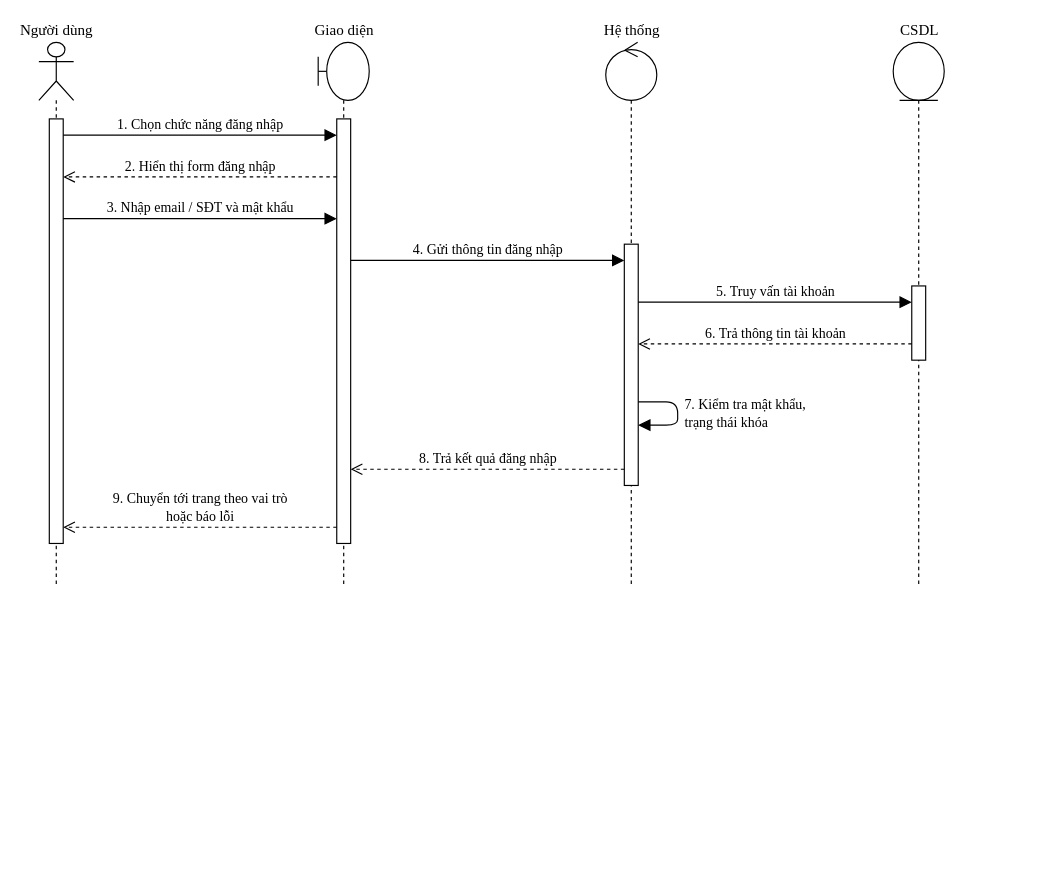
Above: docs/drawio/tuan-tu-don-gian/sd01-dang-nhap.drawio in ngocanh82205/Hieuthuoc (draw.io), before the change. Source tidied: cells renumbered, new cells numbered last; positions are measured from the earlier drawing's top-left corner, leaving out a move shared by most shapes. Both pictures are drawn from the tidied source at 116%, with x=0, y=0 at pixel (38, 42).
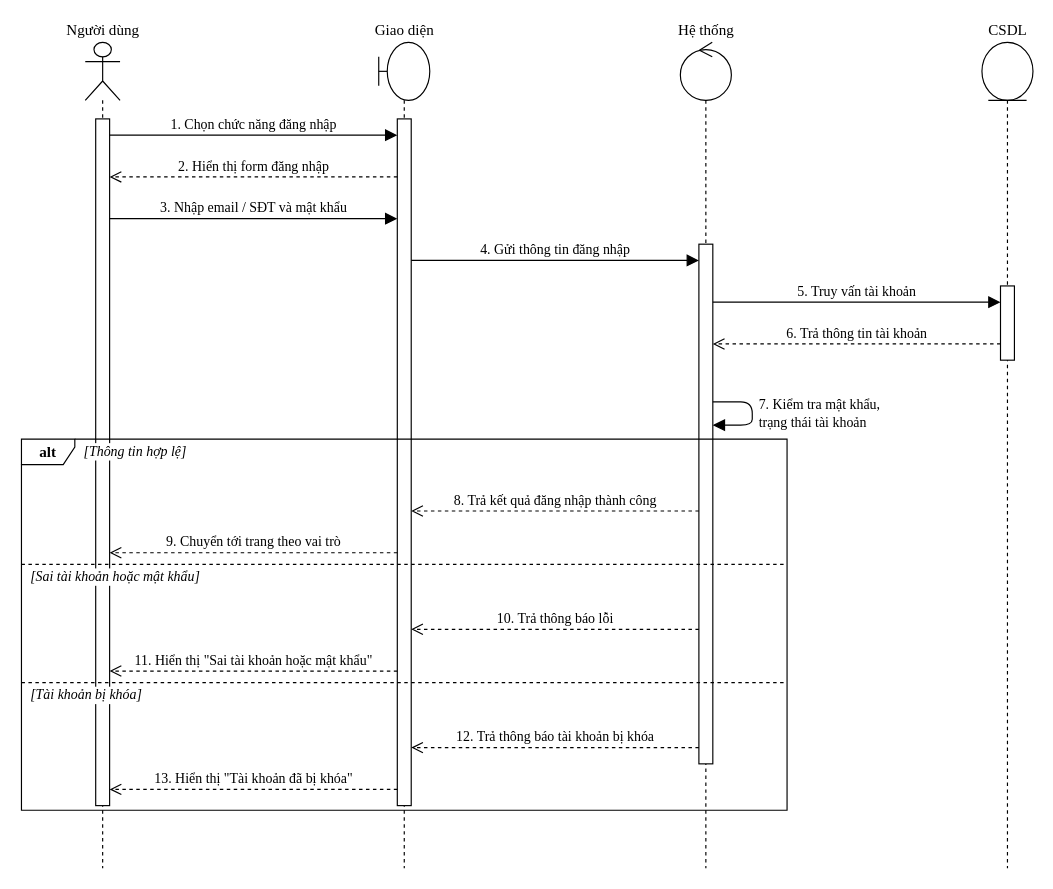
Above is the later version.

The edit, as a diff of the source:
```diff
@@
     <mxCell id="2" value="Người dùng" style="shape=umlLifeline;perimeter=lifelinePerimeter;participant=umlActor;whiteSpace=nowrap;html=1;verticalAlign=bottom;labelPosition=center;verticalLabelPosition=top;align=center;size=50;fontFamily=Times New Roman;fontSize=13;fillColor=#ffffff;strokeColor=#000000;" parent="1" vertex="1">
-      <mxGeometry width="30" height="468" as="geometry" />
+      <mxGeometry x="40" width="30" height="712" as="geometry" />
     </mxCell>
     <mxCell id="3" value="Giao diện" style="shape=umlLifeline;perimeter=lifelinePerimeter;participant=umlBoundary;whiteSpace=nowrap;html=1;verticalAlign=bottom;labelPosition=center;verticalLabelPosition=top;align=center;size=50;fontFamily=Times New Roman;fontSize=13;fillColor=#ffffff;strokeColor=#000000;" parent="1" vertex="1">
-      <mxGeometry x="240.8" width="44" height="468" as="geometry" />
+      <mxGeometry x="293" width="44" height="712" as="geometry" />
     </mxCell>
     <mxCell id="4" value="Hệ thống" style="shape=umlLifeline;perimeter=lifelinePerimeter;participant=umlControl;whiteSpace=nowrap;html=1;verticalAlign=bottom;labelPosition=center;verticalLabelPosition=top;align=center;size=50;fontFamily=Times New Roman;fontSize=13;fillColor=#ffffff;strokeColor=#000000;" parent="1" vertex="1">
-      <mxGeometry x="488.7" width="44" height="468" as="geometry" />
+      <mxGeometry x="553" width="44" height="712" as="geometry" />
     </mxCell>
     <mxCell id="5" value="CSDL" style="shape=umlLifeline;perimeter=lifelinePerimeter;participant=umlEntity;whiteSpace=nowrap;html=1;verticalAlign=bottom;labelPosition=center;verticalLabelPosition=top;align=center;size=50;fontFamily=Times New Roman;fontSize=13;fillColor=#ffffff;strokeColor=#000000;" parent="1" vertex="1">
-      <mxGeometry x="736.5" width="44" height="468" as="geometry" />
+      <mxGeometry x="813" width="44" height="712" as="geometry" />
     </mxCell>
     <mxCell id="6" style="html=1;perimeter=orthogonalPerimeter;fillColor=#ffffff;strokeColor=#000000;" parent="1" vertex="1">
-      <mxGeometry x="9" y="66" width="12" height="366" as="geometry" />
+      <mxGeometry x="49" y="66" width="12" height="592" as="geometry" />
     </mxCell>
     <mxCell id="7" style="html=1;perimeter=orthogonalPerimeter;fillColor=#ffffff;strokeColor=#000000;" parent="1" vertex="1">
-      <mxGeometry x="256.8" y="66" width="12" height="366" as="geometry" />
+      <mxGeometry x="309" y="66" width="12" height="592" as="geometry" />
     </mxCell>
     <mxCell id="8" style="html=1;perimeter=orthogonalPerimeter;fillColor=#ffffff;strokeColor=#000000;" parent="1" vertex="1">
-      <mxGeometry x="504.7" y="174" width="12" height="208" as="geometry" />
+      <mxGeometry x="569" y="174" width="12" height="448" as="geometry" />
     </mxCell>
     <mxCell id="9" style="html=1;perimeter=orthogonalPerimeter;fillColor=#ffffff;strokeColor=#000000;" parent="1" vertex="1">
-      <mxGeometry x="752.5" y="210" width="12" height="64" as="geometry" />
+      <mxGeometry x="829" y="210" width="12" height="64" as="geometry" />
     </mxCell>
-    <mxCell id="10" value="1. Chọn chức năng đăng nhập" style="html=1;verticalAlign=bottom;fontFamily=Times New Roman;fontSize=13;fontSize=12;strokeColor=#000000;labelBackgroundColor=#ffffff;endArrow=block;endFill=1;endSize=8;" parent="1" edge="1">
-      <mxGeometry relative="1" as="geometry">
-        <mxPoint x="21" y="80" as="sourcePoint" />
-        <mxPoint x="256.8" y="80" as="targetPoint" />
-      </mxGeometry>
-    </mxCell>
-    <mxCell id="11" value="2. Hiển thị form đăng nhập" style="html=1;verticalAlign=bottom;fontFamily=Times New Roman;fontSize=13;fontSize=12;strokeColor=#000000;labelBackgroundColor=#ffffff;dashed=1;endArrow=open;endSize=8;" parent="1" edge="1">
-      <mxGeometry relative="1" as="geometry">
-        <mxPoint x="256.8" y="116" as="sourcePoint" />
-        <mxPoint x="21" y="116" as="targetPoint" />
-      </mxGeometry>
-    </mxCell>
+    <mxCell id="19" value="alt" style="shape=umlFrame;whiteSpace=wrap;html=1;width=46;height=22;fontStyle=1;fontFamily=Times New Roman;fontSize=13;strokeColor=#000000;fillColor=none;" parent="1" vertex="1">
+      <mxGeometry x="-15" y="342" width="660" height="320" as="geometry" />
+    </mxCell>
+    <mxCell id="20" value="[Thông tin hợp lệ]" style="text;html=1;align=left;verticalAlign=middle;fontFamily=Times New Roman;fontSize=13;fontSize=12;fontStyle=2;labelBackgroundColor=#ffffff;" parent="1" vertex="1">
+      <mxGeometry x="37" y="343" width="147.4" height="20" as="geometry" />
+    </mxCell>
-    <mxCell id="12" value="3. Nhập email / SĐT và mật khẩu" style="html=1;verticalAlign=bottom;fontFamily=Times New Roman;fontSize=13;fontSize=12;strokeColor=#000000;labelBackgroundColor=#ffffff;endArrow=block;endFill=1;endSize=8;" parent="1" edge="1">
+    <mxCell id="12" style="html=1;endArrow=none;dashed=1;strokeColor=#000000;" parent="1" edge="1">
       <mxGeometry relative="1" as="geometry">
-        <mxPoint x="21" y="152" as="sourcePoint" />
-        <mxPoint x="256.8" y="152" as="targetPoint" />
+        <mxPoint x="-15" y="450" as="sourcePoint" />
+        <mxPoint x="645" y="450" as="targetPoint" />
       </mxGeometry>
     </mxCell>
-    <mxCell id="13" value="4. Gửi thông tin đăng nhập" style="html=1;verticalAlign=bottom;fontFamily=Times New Roman;fontSize=13;fontSize=12;strokeColor=#000000;labelBackgroundColor=#ffffff;endArrow=block;endFill=1;endSize=8;" parent="1" edge="1">
-      <mxGeometry relative="1" as="geometry">
-        <mxPoint x="268.8" y="188" as="sourcePoint" />
-        <mxPoint x="504.7" y="188" as="targetPoint" />
-      </mxGeometry>
-    </mxCell>
+    <mxCell id="21" value="[Sai tài khoản hoặc mật khẩu]" style="text;html=1;align=left;verticalAlign=middle;fontFamily=Times New Roman;fontSize=13;fontSize=12;fontStyle=2;labelBackgroundColor=#ffffff;" parent="1" vertex="1">
+      <mxGeometry x="-9" y="451" width="223.9" height="20" as="geometry" />
+    </mxCell>
-    <mxCell id="14" value="5. Truy vấn tài khoản" style="html=1;verticalAlign=bottom;fontFamily=Times New Roman;fontSize=13;fontSize=12;strokeColor=#000000;labelBackgroundColor=#ffffff;endArrow=block;endFill=1;endSize=8;" parent="1" edge="1">
+    <mxCell id="14" style="html=1;endArrow=none;dashed=1;strokeColor=#000000;" parent="1" edge="1">
       <mxGeometry relative="1" as="geometry">
-        <mxPoint x="516.7" y="224" as="sourcePoint" />
-        <mxPoint x="752.5" y="224" as="targetPoint" />
+        <mxPoint x="-15" y="552" as="sourcePoint" />
+        <mxPoint x="645" y="552" as="targetPoint" />
       </mxGeometry>
     </mxCell>
-    <mxCell id="15" value="6. Trả thông tin tài khoản" style="html=1;verticalAlign=bottom;fontFamily=Times New Roman;fontSize=13;fontSize=12;strokeColor=#000000;labelBackgroundColor=#ffffff;dashed=1;endArrow=open;endSize=8;" parent="1" edge="1">
-      <mxGeometry relative="1" as="geometry">
-        <mxPoint x="752.5" y="260" as="sourcePoint" />
-        <mxPoint x="516.7" y="260" as="targetPoint" />
-      </mxGeometry>
-    </mxCell>
+    <mxCell id="22" value="[Tài khoản bị khóa]" style="text;html=1;align=left;verticalAlign=middle;fontFamily=Times New Roman;fontSize=13;fontSize=12;fontStyle=2;labelBackgroundColor=#ffffff;" parent="1" vertex="1">
+      <mxGeometry x="-9" y="553" width="154.3" height="20" as="geometry" />
+    </mxCell>
-    <mxCell id="16" value="7. Kiểm tra mật khẩu,&lt;br&gt;trạng thái khóa" style="html=1;verticalAlign=middle;fontFamily=Times New Roman;fontSize=13;fontSize=12;strokeColor=#000000;labelBackgroundColor=#ffffff;endArrow=block;endFill=1;endSize=8;align=left;spacingLeft=4;" parent="1" edge="1">
+    <mxCell id="16" value="1. Chọn chức năng đăng nhập" style="html=1;verticalAlign=bottom;fontFamily=Times New Roman;fontSize=13;fontSize=12;strokeColor=#000000;labelBackgroundColor=#ffffff;endArrow=block;endFill=1;endSize=8;" parent="1" edge="1">
       <mxGeometry relative="1" as="geometry">
-        <mxPoint x="516.7" y="310" as="sourcePoint" />
-        <mxPoint x="516.7" y="330" as="targetPoint" />
-        <Array as="points">
-          <mxPoint x="550.7" y="310" />
-          <mxPoint x="550.7" y="330" />
-        </Array>
+        <mxPoint x="61" y="80" as="sourcePoint" />
+        <mxPoint x="309" y="80" as="targetPoint" />
       </mxGeometry>
     </mxCell>
-    <mxCell id="17" value="8. Trả kết quả đăng nhập" style="html=1;verticalAlign=bottom;fontFamily=Times New Roman;fontSize=13;fontSize=12;strokeColor=#000000;labelBackgroundColor=#ffffff;dashed=1;endArrow=open;endSize=8;" parent="1" edge="1">
+    <mxCell id="17" value="2. Hiển thị form đăng nhập" style="html=1;verticalAlign=bottom;fontFamily=Times New Roman;fontSize=13;fontSize=12;strokeColor=#000000;labelBackgroundColor=#ffffff;dashed=1;endArrow=open;endSize=8;" parent="1" edge="1">
       <mxGeometry relative="1" as="geometry">
-        <mxPoint x="504.7" y="368" as="sourcePoint" />
-        <mxPoint x="268.8" y="368" as="targetPoint" />
+        <mxPoint x="309" y="116" as="sourcePoint" />
+        <mxPoint x="61" y="116" as="targetPoint" />
       </mxGeometry>
     </mxCell>
-    <mxCell id="18" value="9. Chuyển tới trang theo vai trò&lt;br&gt;hoặc báo lỗi" style="html=1;verticalAlign=bottom;fontFamily=Times New Roman;fontSize=13;fontSize=12;strokeColor=#000000;labelBackgroundColor=#ffffff;dashed=1;endArrow=open;endSize=8;" parent="1" edge="1">
+    <mxCell id="18" value="3. Nhập email / SĐT và mật khẩu" style="html=1;verticalAlign=bottom;fontFamily=Times New Roman;fontSize=13;fontSize=12;strokeColor=#000000;labelBackgroundColor=#ffffff;endArrow=block;endFill=1;endSize=8;" parent="1" edge="1">
       <mxGeometry relative="1" as="geometry">
-        <mxPoint x="256.8" y="418" as="sourcePoint" />
-        <mxPoint x="21" y="418" as="targetPoint" />
+        <mxPoint x="61" y="152" as="sourcePoint" />
+        <mxPoint x="309" y="152" as="targetPoint" />
       </mxGeometry>
     </mxCell>
+    <mxCell id="13" value="4. Gửi thông tin đăng nhập" style="html=1;verticalAlign=bottom;fontFamily=Times New Roman;fontSize=13;fontSize=12;strokeColor=#000000;labelBackgroundColor=#ffffff;endArrow=block;endFill=1;endSize=8;" parent="1" edge="1">
+      <mxGeometry relative="1" as="geometry">
+        <mxPoint x="321" y="188" as="sourcePoint" />
+        <mxPoint x="569" y="188" as="targetPoint" />
+      </mxGeometry>
+    </mxCell>
+    <mxCell id="23" value="5. Truy vấn tài khoản" style="html=1;verticalAlign=bottom;fontFamily=Times New Roman;fontSize=13;fontSize=12;strokeColor=#000000;labelBackgroundColor=#ffffff;endArrow=block;endFill=1;endSize=8;" parent="1" edge="1">
+      <mxGeometry relative="1" as="geometry">
+        <mxPoint x="581" y="224" as="sourcePoint" />
+        <mxPoint x="829" y="224" as="targetPoint" />
+      </mxGeometry>
+    </mxCell>
+    <mxCell id="15" value="6. Trả thông tin tài khoản" style="html=1;verticalAlign=bottom;fontFamily=Times New Roman;fontSize=13;fontSize=12;strokeColor=#000000;labelBackgroundColor=#ffffff;dashed=1;endArrow=open;endSize=8;" parent="1" edge="1">
+      <mxGeometry relative="1" as="geometry">
+        <mxPoint x="829" y="260" as="sourcePoint" />
+        <mxPoint x="581" y="260" as="targetPoint" />
+      </mxGeometry>
+    </mxCell>
+    <mxCell id="24" value="7. Kiểm tra mật khẩu,&lt;br&gt;trạng thái tài khoản" style="html=1;verticalAlign=middle;fontFamily=Times New Roman;fontSize=13;fontSize=12;strokeColor=#000000;labelBackgroundColor=#ffffff;endArrow=block;endFill=1;endSize=8;align=left;spacingLeft=4;" parent="1" edge="1">
+      <mxGeometry relative="1" as="geometry">
+        <mxPoint x="581" y="310" as="sourcePoint" />
+        <mxPoint x="581" y="330" as="targetPoint" />
+        <Array as="points">
+          <mxPoint x="615" y="310" />
+          <mxPoint x="615" y="330" />
+        </Array>
+      </mxGeometry>
+    </mxCell>
+    <mxCell id="25" value="8. Trả kết quả đăng nhập thành công" style="html=1;verticalAlign=bottom;fontFamily=Times New Roman;fontSize=13;fontSize=12;strokeColor=#000000;labelBackgroundColor=#ffffff;dashed=1;endArrow=open;endSize=8;" parent="1" edge="1">
+      <mxGeometry relative="1" as="geometry">
+        <mxPoint x="569" y="404" as="sourcePoint" />
+        <mxPoint x="321" y="404" as="targetPoint" />
+      </mxGeometry>
+    </mxCell>
+    <mxCell id="26" value="9. Chuyển tới trang theo vai trò" style="html=1;verticalAlign=bottom;fontFamily=Times New Roman;fontSize=13;fontSize=12;strokeColor=#000000;labelBackgroundColor=#ffffff;dashed=1;endArrow=open;endSize=8;" parent="1" edge="1">
+      <mxGeometry relative="1" as="geometry">
+        <mxPoint x="309" y="440" as="sourcePoint" />
+        <mxPoint x="61" y="440" as="targetPoint" />
+      </mxGeometry>
+    </mxCell>
+    <mxCell id="27" value="10. Trả thông báo lỗi" style="html=1;verticalAlign=bottom;fontFamily=Times New Roman;fontSize=13;fontSize=12;strokeColor=#000000;labelBackgroundColor=#ffffff;dashed=1;endArrow=open;endSize=8;" parent="1" edge="1">
+      <mxGeometry relative="1" as="geometry">
+        <mxPoint x="569" y="506" as="sourcePoint" />
+        <mxPoint x="321" y="506" as="targetPoint" />
+      </mxGeometry>
+    </mxCell>
+    <mxCell id="28" value="11. Hiển thị &quot;Sai tài khoản hoặc mật khẩu&quot;" style="html=1;verticalAlign=bottom;fontFamily=Times New Roman;fontSize=13;fontSize=12;strokeColor=#000000;labelBackgroundColor=#ffffff;dashed=1;endArrow=open;endSize=8;" parent="1" edge="1">
+      <mxGeometry relative="1" as="geometry">
+        <mxPoint x="309" y="542" as="sourcePoint" />
+        <mxPoint x="61" y="542" as="targetPoint" />
+      </mxGeometry>
+    </mxCell>
+    <mxCell id="29" value="12. Trả thông báo tài khoản bị khóa" style="html=1;verticalAlign=bottom;fontFamily=Times New Roman;fontSize=13;fontSize=12;strokeColor=#000000;labelBackgroundColor=#ffffff;dashed=1;endArrow=open;endSize=8;" parent="1" edge="1">
+      <mxGeometry relative="1" as="geometry">
+        <mxPoint x="569" y="608" as="sourcePoint" />
+        <mxPoint x="321" y="608" as="targetPoint" />
+      </mxGeometry>
+    </mxCell>
+    <mxCell id="30" value="13. Hiển thị &quot;Tài khoản đã bị khóa&quot;" style="html=1;verticalAlign=bottom;fontFamily=Times New Roman;fontSize=13;fontSize=12;strokeColor=#000000;labelBackgroundColor=#ffffff;dashed=1;endArrow=open;endSize=8;" parent="1" edge="1">
+      <mxGeometry relative="1" as="geometry">
+        <mxPoint x="309" y="644" as="sourcePoint" />
+        <mxPoint x="61" y="644" as="targetPoint" />
+      </mxGeometry>
+    </mxCell>
```
